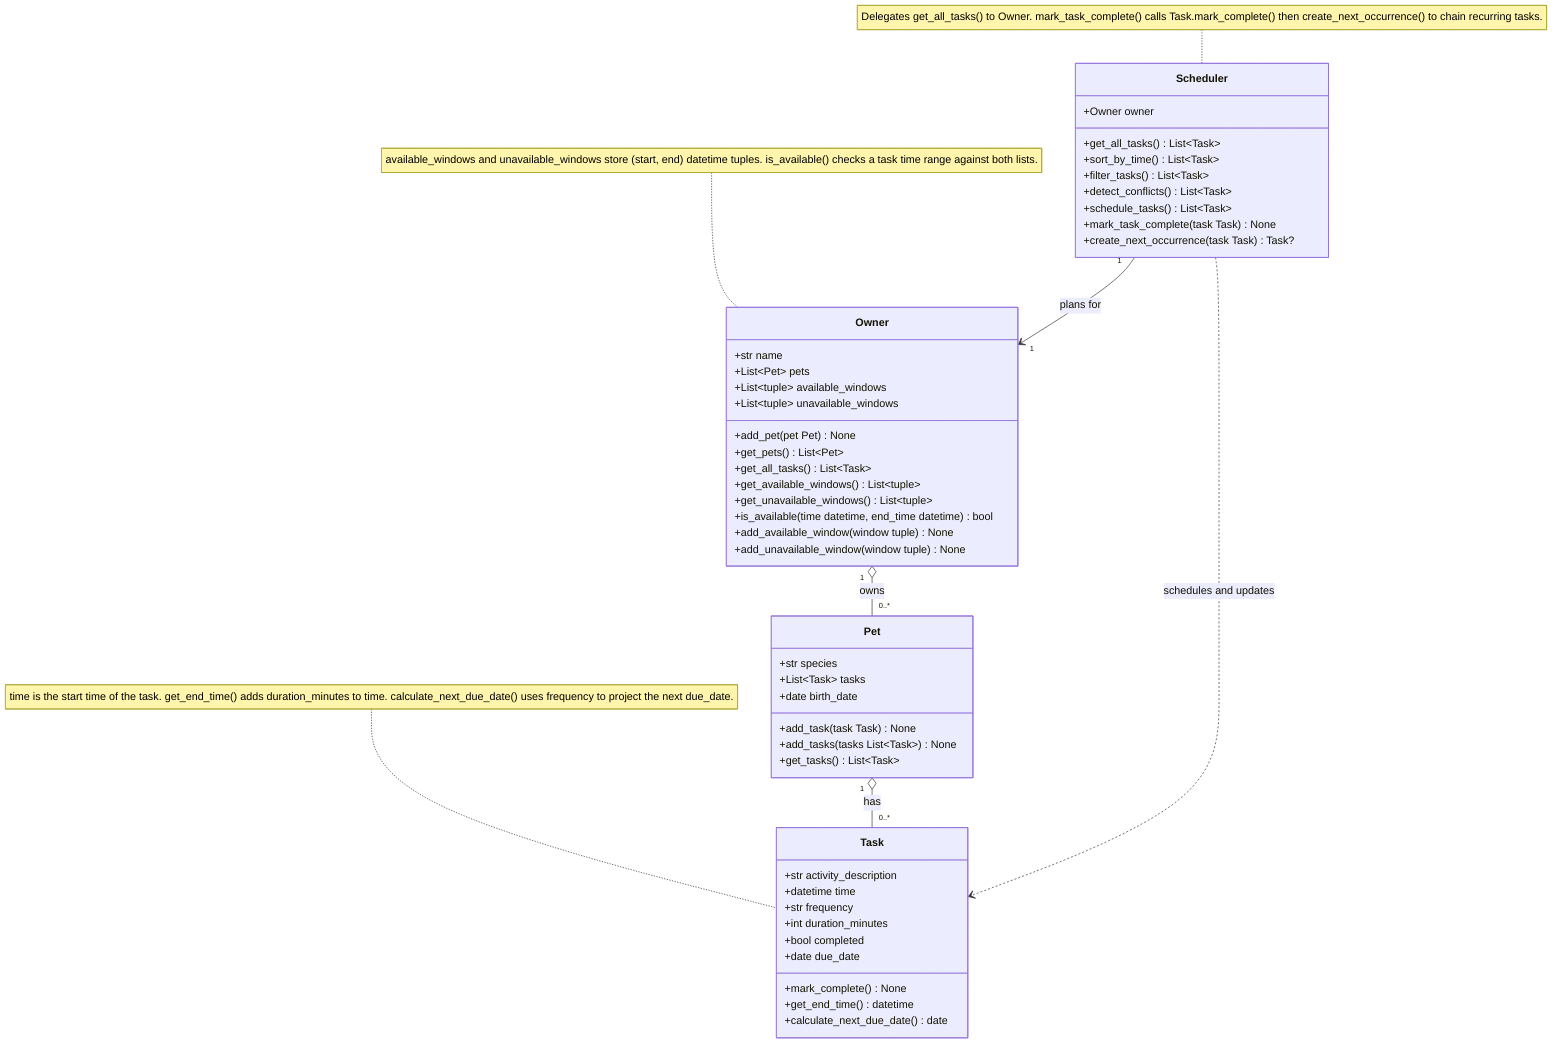
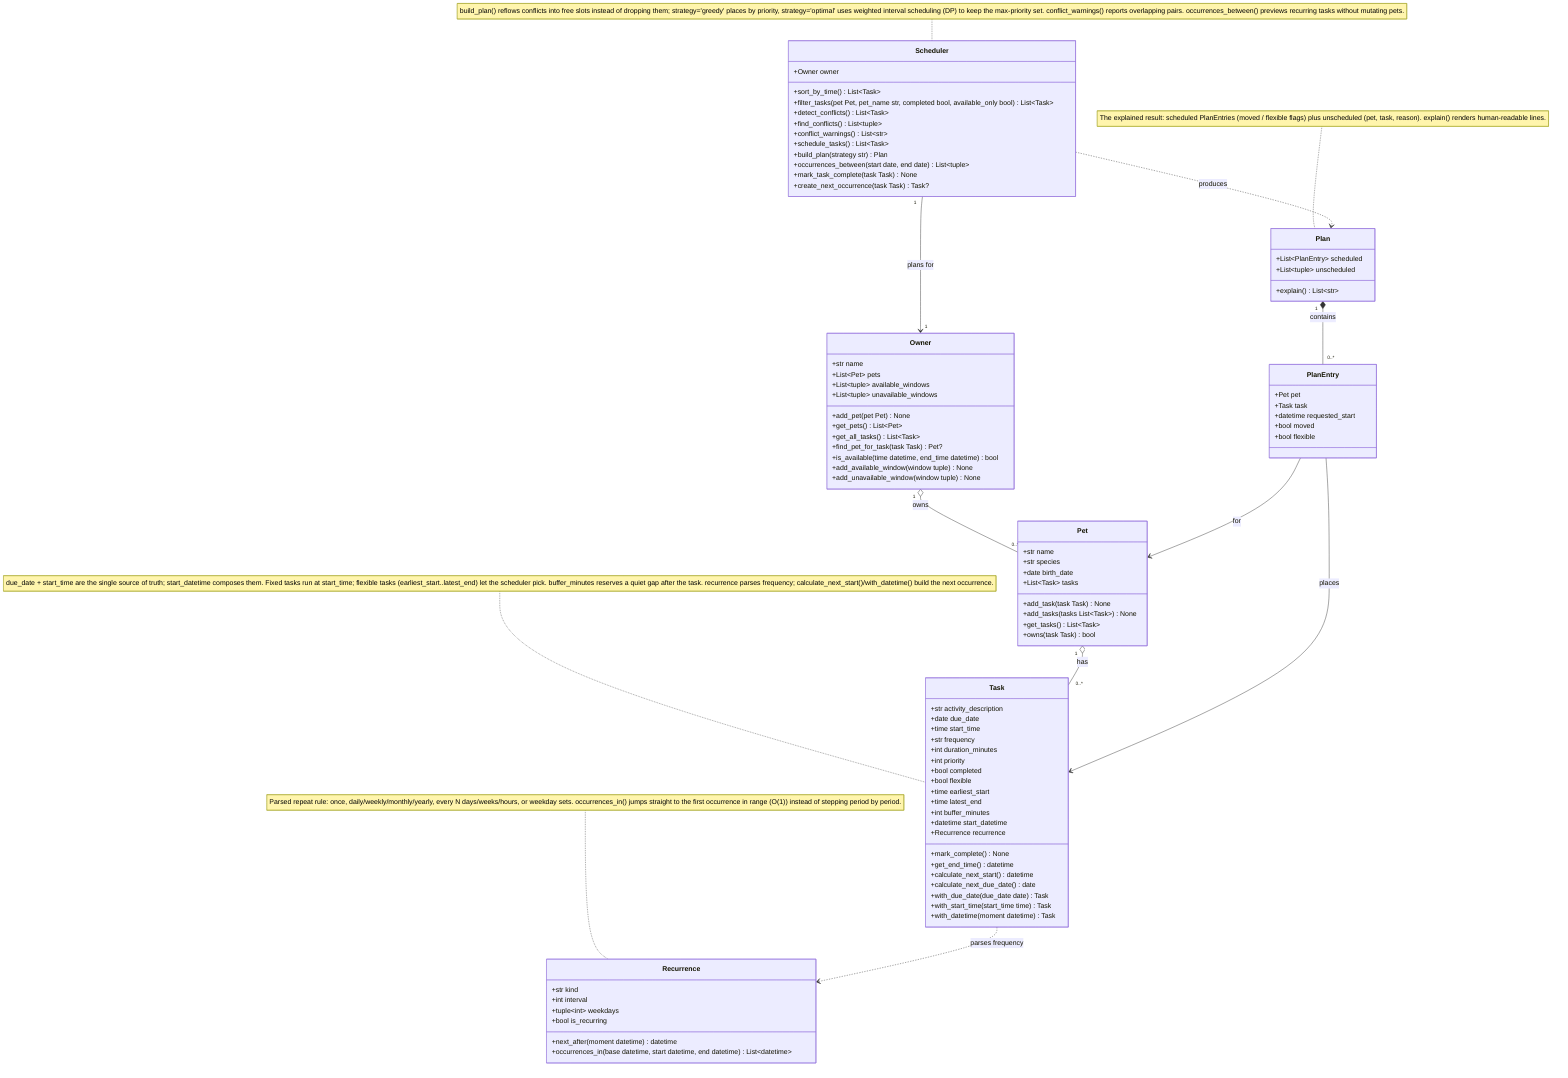
classDiagram
    class Task {
        +str activity_description
-         +datetime time
+         +date due_date
+         +time start_time
        +str frequency
        +int duration_minutes
+         +int priority
        +bool completed
-         +date due_date
+         +bool flexible
+         +time earliest_start
+         +time latest_end
+         +int buffer_minutes
+         +datetime start_datetime
+         +Recurrence recurrence
        +mark_complete() None
        +get_end_time() datetime
+         +calculate_next_start() datetime
        +calculate_next_due_date() date
+         +with_due_date(due_date date) Task
+         +with_start_time(start_time time) Task
+         +with_datetime(moment datetime) Task
+     }
+ 
+     class Recurrence {
+         +str kind
+         +int interval
+         +tuple~int~ weekdays
+         +bool is_recurring
+         +next_after(moment datetime) datetime
+         +occurrences_in(base datetime, start datetime, end datetime) List~datetime~
    }

    class Pet {
+         +str name
        +str species
+         +date birth_date
        +List~Task~ tasks
-         +date birth_date
        +add_task(task Task) None
        +add_tasks(tasks List~Task~) None
        +get_tasks() List~Task~
+         +owns(task Task) bool
    }

    class Owner {
        +str name
        +List~Pet~ pets
        +List~tuple~ available_windows
        +List~tuple~ unavailable_windows
        +add_pet(pet Pet) None
        +get_pets() List~Pet~
        +get_all_tasks() List~Task~
-         +get_available_windows() List~tuple~
-         +get_unavailable_windows() List~tuple~
+         +find_pet_for_task(task Task) Pet?
        +is_available(time datetime, end_time datetime) bool
        +add_available_window(window tuple) None
        +add_unavailable_window(window tuple) None
    }

    class Scheduler {
        +Owner owner
-         +get_all_tasks() List~Task~
        +sort_by_time() List~Task~
-         +filter_tasks() List~Task~
+         +filter_tasks(pet Pet, pet_name str, completed bool, available_only bool) List~Task~
        +detect_conflicts() List~Task~
+         +find_conflicts() List~tuple~
+         +conflict_warnings() List~str~
        +schedule_tasks() List~Task~
+         +build_plan(strategy str) Plan
+         +occurrences_between(start date, end date) List~tuple~
        +mark_task_complete(task Task) None
        +create_next_occurrence(task Task) Task?
    }

+     class PlanEntry {
+         +Pet pet
+         +Task task
+         +datetime requested_start
+         +bool moved
+         +bool flexible
+     }
+ 
+     class Plan {
+         +List~PlanEntry~ scheduled
+         +List~tuple~ unscheduled
+         +explain() List~str~
+     }
+ 
    Owner "1" o-- "0..*" Pet : owns
    Pet "1" o-- "0..*" Task : has
+     Task ..> Recurrence : parses frequency
    Scheduler "1" --> "1" Owner : plans for
-     Scheduler ..> Task : schedules and updates
+     Scheduler ..> Plan : produces
+     Plan "1" *-- "0..*" PlanEntry : contains
+     PlanEntry --> Task : places
+     PlanEntry --> Pet : for

-     note for Task "time is the start time of the task. get_end_time() adds duration_minutes to time. calculate_next_due_date() uses frequency to project the next due_date."
-     note for Owner "available_windows and unavailable_windows store (start, end) datetime tuples. is_available() checks a task time range against both lists."
-     note for Scheduler "Delegates get_all_tasks() to Owner. mark_task_complete() calls Task.mark_complete() then create_next_occurrence() to chain recurring tasks."
+     note for Task "due_date + start_time are the single source of truth; start_datetime composes them. Fixed tasks run at start_time; flexible tasks (earliest_start..latest_end) let the scheduler pick. buffer_minutes reserves a quiet gap after the task. recurrence parses frequency; calculate_next_start()/with_datetime() build the next occurrence."
+     note for Recurrence "Parsed repeat rule: once, daily/weekly/monthly/yearly, every N days/weeks/hours, or weekday sets. occurrences_in() jumps straight to the first occurrence in range (O(1)) instead of stepping period by period."
+     note for Scheduler "build_plan() reflows conflicts into free slots instead of dropping them; strategy='greedy' places by priority, strategy='optimal' uses weighted interval scheduling (DP) to keep the max-priority set. conflict_warnings() reports overlapping pairs. occurrences_between() previews recurring tasks without mutating pets."
+     note for Plan "The explained result: scheduled PlanEntries (moved / flexible flags) plus unscheduled (pet, task, reason). explain() renders human-readable lines."
